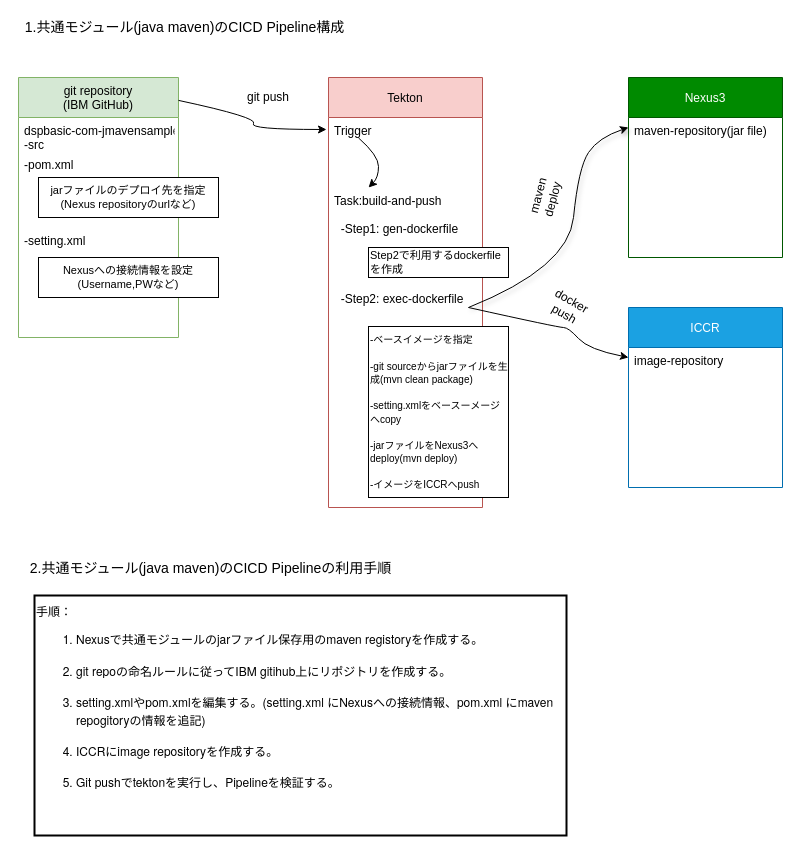
Above: Untitled Diagram.drawio in hongzhen-wang1/dspbank-api-test (draw.io), before the change. Source tidied: cells renumbered, new cells numbered last; positions are measured from the earlier drawing's top-left corner, leaving out a move shared by most shapes. Both pictures are drawn from the tidied source at 100%, with x=0, y=0 at pixel (17, 17).
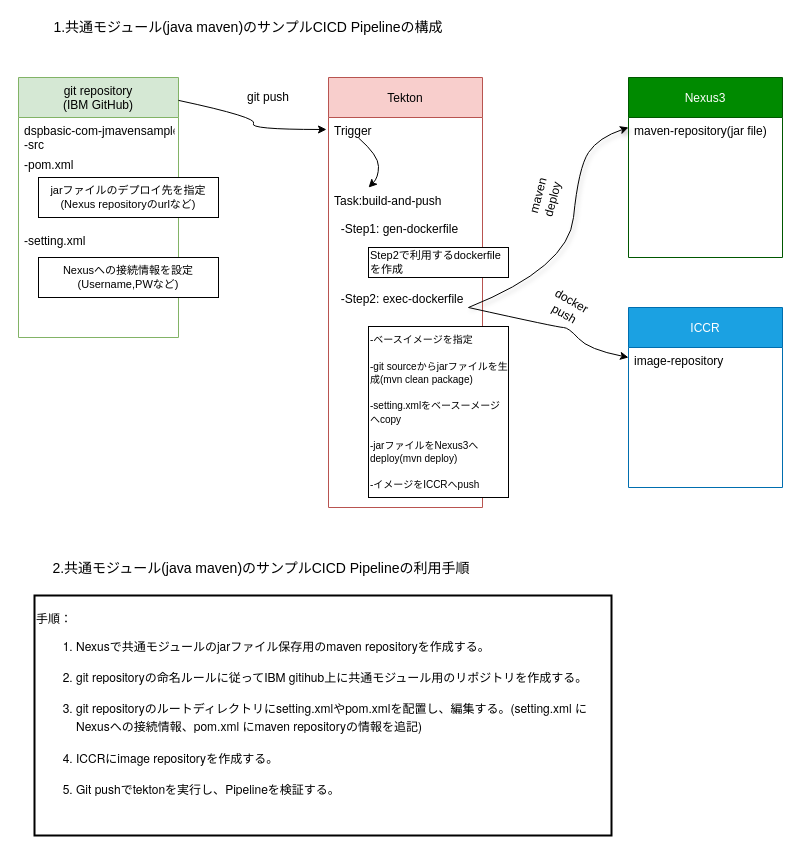
The same page after the edit.

The edit, as a diff of the source:
```diff
@@
-    <mxCell id="24" value="&lt;font style=&quot;font-size: 14px&quot;&gt;1.共通モジュール(java maven)のCICD Pipeline構成&lt;/font&gt;" style="text;html=1;strokeColor=none;fillColor=none;align=center;verticalAlign=middle;whiteSpace=wrap;rounded=0;fontSize=11;strokeWidth=2;" parent="1" vertex="1">
-      <mxGeometry width="335" height="20" as="geometry" />
+    <mxCell id="24" value="&lt;font style=&quot;font-size: 14px&quot;&gt;1.共通モジュール(java maven)のサンプルCICD Pipelineの構成&lt;/font&gt;" style="text;html=1;strokeColor=none;fillColor=none;align=center;verticalAlign=middle;whiteSpace=wrap;rounded=0;fontSize=11;strokeWidth=2;" parent="1" vertex="1">
+      <mxGeometry width="462" height="20" as="geometry" />
     </mxCell>
-    <mxCell id="25" value="&lt;font style=&quot;font-size: 14px&quot;&gt;2.共通モジュール(java maven)のCICD Pipelineの利用手順&lt;/font&gt;" style="text;html=1;strokeColor=none;fillColor=none;align=center;verticalAlign=middle;whiteSpace=wrap;rounded=0;fontSize=11;strokeWidth=2;" parent="1" vertex="1">
-      <mxGeometry x="10" y="541" width="367" height="20" as="geometry" />
+    <mxCell id="25" value="&lt;font style=&quot;font-size: 14px&quot;&gt;2.共通モジュール(java maven)のサンプルCICD Pipelineの利用手順&lt;/font&gt;" style="text;html=1;strokeColor=none;fillColor=none;align=center;verticalAlign=middle;whiteSpace=wrap;rounded=0;fontSize=11;strokeWidth=2;" parent="1" vertex="1">
+      <mxGeometry x="10" y="541" width="468" height="20" as="geometry" />
     </mxCell>
-    <mxCell id="26" value="&lt;p style=&quot;margin: 0.0px 0.0px 0.0px 0.0px ; font: 12.0px &amp;#34;helvetica neue&amp;#34;&quot;&gt;手順：&lt;/p&gt;&lt;ol style=&quot;list-style-type: decimal&quot;&gt;&lt;li style=&quot;margin: 0.0px 0.0px 0.0px 0.0px ; font: 12.0px &amp;#34;helvetica neue&amp;#34;&quot;&gt;Nexus&lt;span style=&quot;font: 12.0px &amp;#34;hiragino sans&amp;#34;&quot;&gt;で共通モジュールの&lt;/span&gt;jar&lt;span style=&quot;font: 12.0px &amp;#34;hiragino sans&amp;#34;&quot;&gt;ファイル保存用の&lt;/span&gt;maven registory&lt;span style=&quot;font: 12.0px &amp;#34;hiragino sans&amp;#34;&quot;&gt;を作成する。&lt;/span&gt;&lt;/li&gt;&lt;br&gt;&lt;li style=&quot;margin: 0.0px 0.0px 0.0px 0.0px ; font: 12.0px &amp;#34;helvetica neue&amp;#34;&quot;&gt; git repo&lt;span style=&quot;font: 12.0px &amp;#34;hiragino sans&amp;#34;&quot;&gt;の命名ルールに従って&lt;/span&gt;IBM gitihub&lt;span style=&quot;font: 12.0px &amp;#34;hiragino sans&amp;#34;&quot;&gt;上にリポジトリを作成する。&lt;/span&gt;&lt;/li&gt;&lt;br&gt;&lt;li style=&quot;margin: 0.0px 0.0px 0.0px 0.0px ; font: 12.0px &amp;#34;helvetica neue&amp;#34;&quot;&gt;setting.xml&lt;span style=&quot;font: 12.0px &amp;#34;hiragino sans&amp;#34;&quot;&gt;や&lt;/span&gt;pom.xml&lt;span style=&quot;font: 12.0px &amp;#34;hiragino sans&amp;#34;&quot;&gt;を編集する。&lt;/span&gt;(setting.xml &lt;span style=&quot;font: 12.0px &amp;#34;hiragino sans&amp;#34;&quot;&gt;に&lt;/span&gt;Nexus&lt;span style=&quot;font: 12.0px &amp;#34;hiragino sans&amp;#34;&quot;&gt;への接続情報、&lt;/span&gt;pom.xml &lt;span style=&quot;font: 12.0px &amp;#34;hiragino sans&amp;#34;&quot;&gt;に&lt;/span&gt;maven repogitory&lt;span style=&quot;font: 12.0px &amp;#34;hiragino sans&amp;#34;&quot;&gt;の情報を追記&lt;/span&gt;)&lt;/li&gt;&lt;br&gt;&lt;li style=&quot;margin: 0.0px 0.0px 0.0px 0.0px ; font: 12.0px &amp;#34;helvetica neue&amp;#34;&quot;&gt;ICCR&lt;span style=&quot;font: 12.0px &amp;#34;hiragino sans&amp;#34;&quot;&gt;に&lt;/span&gt;image repository&lt;span style=&quot;font: 12.0px &amp;#34;hiragino sans&amp;#34;&quot;&gt;を作成する。&lt;/span&gt;&lt;/li&gt;&lt;br&gt;&lt;li style=&quot;margin: 0.0px 0.0px 0.0px 0.0px ; font: 12.0px &amp;#34;helvetica neue&amp;#34;&quot;&gt;Git push&lt;span style=&quot;font: 12.0px &amp;#34;hiragino sans&amp;#34;&quot;&gt;で&lt;/span&gt;tekton&lt;span style=&quot;font: 12.0px &amp;#34;hiragino sans&amp;#34;&quot;&gt;を実行し、&lt;/span&gt;Pipeline&lt;span style=&quot;font: 12.0px &amp;#34;hiragino sans&amp;#34;&quot;&gt;を検証する。&lt;/span&gt;&lt;/li&gt;&lt;br&gt;&lt;/ol&gt;&lt;br&gt;" style="rounded=0;whiteSpace=wrap;html=1;strokeWidth=2;fontSize=11;align=left;" parent="1" vertex="1">
-      <mxGeometry x="17" y="578" width="532" height="240" as="geometry" />
+    <mxCell id="26" value="&lt;p style=&quot;margin: 0.0px 0.0px 0.0px 0.0px ; font: 12.0px &amp;#34;helvetica neue&amp;#34;&quot;&gt;手順：&lt;/p&gt;&lt;ol style=&quot;list-style-type: decimal&quot;&gt;&lt;li style=&quot;margin: 0.0px 0.0px 0.0px 0.0px ; font: 12.0px &amp;#34;helvetica neue&amp;#34;&quot;&gt;Nexus&lt;span style=&quot;font: 12.0px &amp;#34;hiragino sans&amp;#34;&quot;&gt;で共通モジュールの&lt;/span&gt;jar&lt;span style=&quot;font: 12.0px &amp;#34;hiragino sans&amp;#34;&quot;&gt;ファイル保存用の&lt;/span&gt;maven repository&lt;span style=&quot;font: 12.0px &amp;#34;hiragino sans&amp;#34;&quot;&gt;を作成する。&lt;/span&gt;&lt;/li&gt;&lt;br&gt;&lt;li style=&quot;margin: 0.0px 0.0px 0.0px 0.0px ; font: 12.0px &amp;#34;helvetica neue&amp;#34;&quot;&gt; git&amp;nbsp;&lt;span style=&quot;font: 12.0px &amp;#34;hiragino sans&amp;#34;&quot;&gt;&lt;span style=&quot;font-family: &amp;#34;helvetica neue&amp;#34;&quot;&gt;repository&lt;/span&gt;の命名ルールに従って&lt;/span&gt;IBM gitihub&lt;span style=&quot;font: 12.0px &amp;#34;hiragino sans&amp;#34;&quot;&gt;上に共通モジュール用のリポジトリを作成する。&lt;/span&gt;&lt;/li&gt;&lt;br&gt;&lt;li style=&quot;margin: 0.0px 0.0px 0.0px 0.0px ; font: 12.0px &amp;#34;helvetica neue&amp;#34;&quot;&gt;git&amp;nbsp;repositoryのルートディレクトリにsetting.xml&lt;span style=&quot;font: 12.0px &amp;#34;hiragino sans&amp;#34;&quot;&gt;や&lt;/span&gt;pom.xml&lt;span style=&quot;font: 12.0px &amp;#34;hiragino sans&amp;#34;&quot;&gt;を配置し、編集する。&lt;/span&gt;(setting.xml &lt;span style=&quot;font: 12.0px &amp;#34;hiragino sans&amp;#34;&quot;&gt;に&lt;/span&gt;Nexus&lt;span style=&quot;font: 12.0px &amp;#34;hiragino sans&amp;#34;&quot;&gt;への接続情報、&lt;/span&gt;pom.xml &lt;span style=&quot;font: 12.0px &amp;#34;hiragino sans&amp;#34;&quot;&gt;に&lt;/span&gt;maven repository&lt;span style=&quot;font: 12.0px &amp;#34;hiragino sans&amp;#34;&quot;&gt;の情報を追記&lt;/span&gt;)&lt;/li&gt;&lt;br&gt;&lt;li style=&quot;margin: 0.0px 0.0px 0.0px 0.0px ; font: 12.0px &amp;#34;helvetica neue&amp;#34;&quot;&gt;ICCR&lt;span style=&quot;font: 12.0px &amp;#34;hiragino sans&amp;#34;&quot;&gt;に&lt;/span&gt;image repository&lt;span style=&quot;font: 12.0px &amp;#34;hiragino sans&amp;#34;&quot;&gt;を作成する。&lt;/span&gt;&lt;/li&gt;&lt;br&gt;&lt;li style=&quot;margin: 0.0px 0.0px 0.0px 0.0px ; font: 12.0px &amp;#34;helvetica neue&amp;#34;&quot;&gt;Git push&lt;span style=&quot;font: 12.0px &amp;#34;hiragino sans&amp;#34;&quot;&gt;で&lt;/span&gt;tekton&lt;span style=&quot;font: 12.0px &amp;#34;hiragino sans&amp;#34;&quot;&gt;を実行し、&lt;/span&gt;Pipeline&lt;span style=&quot;font: 12.0px &amp;#34;hiragino sans&amp;#34;&quot;&gt;を検証する。&lt;/span&gt;&lt;/li&gt;&lt;br&gt;&lt;/ol&gt;" style="rounded=0;whiteSpace=wrap;html=1;strokeWidth=2;fontSize=11;align=left;" parent="1" vertex="1">
+      <mxGeometry x="17" y="578" width="577" height="240" as="geometry" />
     </mxCell>
```
